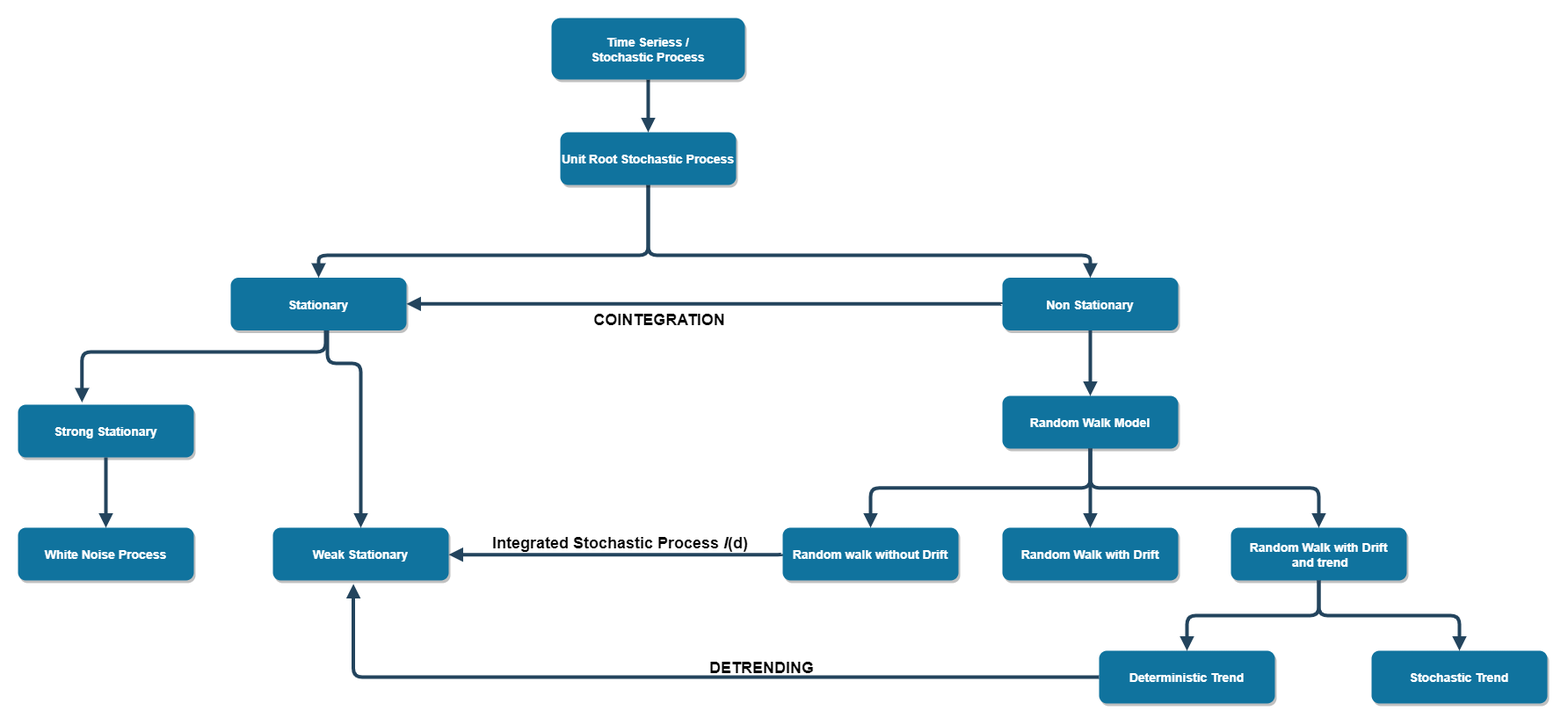
Earlier version of the draw.io export Images/Stochastic Process.png (solidate/Time-Series). Source tidied: cells renumbered, new cells last; positions are measured from the earlier drawing's top-left corner, leaving out a move shared by most shapes. Source of this version:
```xml
<mxGraphModel background="#ffffff">
  <root>
    <mxCell id="0" />
    <mxCell id="1" parent="0" />
    <mxCell id="2" value="Stationary" style="rounded=1;fillColor=#10739E;strokeColor=none;shadow=1;gradientColor=none;fontStyle=1;fontColor=#FFFFFF;fontSize=14;" parent="1" vertex="1">
      <mxGeometry x="242" y="295.5" width="200" height="60" as="geometry" />
    </mxCell>
    <mxCell id="3" style="edgeStyle=elbowEdgeStyle;elbow=vertical;strokeWidth=4;endArrow=block;endFill=1;fontStyle=1;strokeColor=#23445D;exitX=0;exitY=0.5;exitDx=0;exitDy=0;" parent="1" edge="1" source="4" target="2">
      <mxGeometry relative="1" as="geometry" />
    </mxCell>
    <mxCell id="4" value="Non Stationary" style="rounded=1;fillColor=#10739E;strokeColor=none;shadow=1;gradientColor=none;fontStyle=1;fontColor=#FFFFFF;fontSize=14;" parent="1" vertex="1">
      <mxGeometry x="1120" y="295.5" width="200" height="60" as="geometry" />
    </mxCell>
    <mxCell id="5" value="Strong Stationary" style="rounded=1;fillColor=#10739E;strokeColor=none;shadow=1;gradientColor=none;fontStyle=1;fontColor=#FFFFFF;fontSize=14;" parent="1" vertex="1">
      <mxGeometry y="440" width="200" height="60" as="geometry" />
    </mxCell>
    <mxCell id="6" value="Weak Stationary" style="rounded=1;fillColor=#10739E;strokeColor=none;shadow=1;gradientColor=none;fontStyle=1;fontColor=#FFFFFF;fontSize=14;" parent="1" vertex="1">
      <mxGeometry x="290" y="580" width="200" height="60" as="geometry" />
    </mxCell>
    <mxCell id="7" style="edgeStyle=elbowEdgeStyle;elbow=vertical;strokeWidth=4;endArrow=block;endFill=1;fontStyle=1;strokeColor=#23445D;entryX=0.5;entryY=0;entryDx=0;entryDy=0;exitX=0.5;exitY=1;exitDx=0;exitDy=0;" parent="1" edge="1" source="8" target="10">
      <mxGeometry relative="1" as="geometry" />
    </mxCell>
    <mxCell id="8" value="Random Walk Model" style="rounded=1;fillColor=#10739E;strokeColor=none;shadow=1;gradientColor=none;fontStyle=1;fontColor=#FFFFFF;fontSize=14;" parent="1" vertex="1">
      <mxGeometry x="1120" y="430" width="200" height="60" as="geometry" />
    </mxCell>
    <mxCell id="9" style="edgeStyle=elbowEdgeStyle;elbow=vertical;strokeWidth=4;endArrow=block;endFill=1;fontStyle=1;strokeColor=#23445D;exitX=0;exitY=0.5;exitDx=0;exitDy=0;" parent="1" edge="1" source="10" target="6">
      <mxGeometry relative="1" as="geometry" />
    </mxCell>
    <mxCell id="10" value="Random walk without Drift" style="rounded=1;fillColor=#10739E;strokeColor=none;shadow=1;gradientColor=none;fontStyle=1;fontColor=#FFFFFF;fontSize=14;" parent="1" vertex="1">
      <mxGeometry x="870" y="580" width="200" height="60" as="geometry" />
    </mxCell>
    <mxCell id="11" value="Random Walk with Drift&#10; and trend" style="rounded=1;fillColor=#10739E;strokeColor=none;shadow=1;gradientColor=none;fontStyle=1;fontColor=#FFFFFF;fontSize=14;" parent="1" vertex="1">
      <mxGeometry x="1380" y="580" width="200" height="60" as="geometry" />
    </mxCell>
    <mxCell id="12" style="edgeStyle=elbowEdgeStyle;elbow=vertical;strokeWidth=4;endArrow=block;endFill=1;fontStyle=1;strokeColor=#23445D;exitX=0.5;exitY=1;exitDx=0;exitDy=0;" parent="1" edge="1" source="20" target="2">
      <mxGeometry x="22" y="165.5" as="geometry">
        <Array as="points">
          <mxPoint x="700" y="270" />
        </Array>
      </mxGeometry>
    </mxCell>
    <mxCell id="13" style="edgeStyle=elbowEdgeStyle;elbow=vertical;strokeWidth=4;endArrow=block;endFill=1;fontStyle=1;strokeColor=#23445D;exitX=0.5;exitY=1;exitDx=0;exitDy=0;" parent="1" edge="1" source="20" target="4">
      <mxGeometry x="22" y="165.5" as="geometry">
        <Array as="points">
          <mxPoint x="780" y="270" />
          <mxPoint x="900" y="250" />
          <mxPoint x="840" y="193" />
        </Array>
      </mxGeometry>
    </mxCell>
    <mxCell id="14" style="edgeStyle=elbowEdgeStyle;elbow=vertical;strokeWidth=4;endArrow=block;endFill=1;fontStyle=1;strokeColor=#23445D;exitX=0.5;exitY=1;exitDx=0;exitDy=0;" parent="1" edge="1" source="15" target="20">
      <mxGeometry relative="1" as="geometry" />
    </mxCell>
    <mxCell id="15" value="Time Seriess / &#10;Stochastic Process" style="rounded=1;fillColor=#10739E;strokeColor=none;shadow=1;gradientColor=none;fontStyle=1;fontColor=#FFFFFF;fontSize=14;" parent="1" vertex="1">
      <mxGeometry x="607" width="220" height="70" as="geometry" />
    </mxCell>
    <mxCell id="16" style="edgeStyle=elbowEdgeStyle;elbow=vertical;strokeWidth=4;endArrow=block;endFill=1;fontStyle=1;strokeColor=#23445D;entryX=0.5;entryY=0;entryDx=0;entryDy=0;" parent="1" edge="1" target="6">
      <mxGeometry x="-88" y="31" as="geometry">
        <mxPoint x="352" y="355.5" as="sourcePoint" />
        <Array as="points">
          <mxPoint x="360" y="393" />
        </Array>
      </mxGeometry>
    </mxCell>
    <mxCell id="17" style="edgeStyle=elbowEdgeStyle;elbow=vertical;strokeWidth=4;endArrow=block;endFill=1;fontStyle=1;strokeColor=#23445D;entryX=0.364;entryY=-0.043;entryDx=0;entryDy=0;entryPerimeter=0;" parent="1" edge="1" target="5">
      <mxGeometry x="-90" y="31" as="geometry">
        <mxPoint x="350" y="355.5" as="sourcePoint" />
        <Array as="points">
          <mxPoint x="330" y="380" />
        </Array>
      </mxGeometry>
    </mxCell>
    <mxCell id="18" style="edgeStyle=elbowEdgeStyle;elbow=vertical;strokeWidth=4;endArrow=block;endFill=1;fontStyle=1;strokeColor=#23445D;entryX=0.5;entryY=0;entryDx=0;entryDy=0;exitX=0.5;exitY=1;exitDx=0;exitDy=0;" parent="1" edge="1" source="4" target="8">
      <mxGeometry x="70" y="61" as="geometry">
        <Array as="points">
          <mxPoint x="1180" y="390" />
          <mxPoint x="1010" y="370" />
        </Array>
      </mxGeometry>
    </mxCell>
    <mxCell id="19" style="edgeStyle=elbowEdgeStyle;elbow=vertical;strokeWidth=4;endArrow=block;endFill=1;fontStyle=1;strokeColor=#23445D;entryX=0.5;entryY=0;entryDx=0;entryDy=0;exitX=0.5;exitY=1;exitDx=0;exitDy=0;" parent="1" edge="1" source="8" target="11">
      <mxGeometry x="100" y="155.5" as="geometry" />
    </mxCell>
    <mxCell id="20" value="Unit Root Stochastic Process" style="rounded=1;fillColor=#10739E;strokeColor=none;shadow=1;gradientColor=none;fontStyle=1;fontColor=#FFFFFF;fontSize=14;" parent="1" vertex="1">
      <mxGeometry x="617" y="130" width="200" height="60" as="geometry" />
    </mxCell>
    <mxCell id="21" style="edgeStyle=elbowEdgeStyle;elbow=vertical;strokeWidth=4;endArrow=block;endFill=1;fontStyle=1;strokeColor=#23445D;exitX=0.5;exitY=1;exitDx=0;exitDy=0;entryX=0.5;entryY=0;entryDx=0;entryDy=0;" parent="1" edge="1" source="5" target="22">
      <mxGeometry x="-398.7" y="185.5" as="geometry">
        <Array as="points">
          <mxPoint x="99.3" y="570" />
        </Array>
      </mxGeometry>
    </mxCell>
    <mxCell id="22" value="White Noise Process" style="rounded=1;fillColor=#10739E;strokeColor=none;shadow=1;gradientColor=none;fontStyle=1;fontColor=#FFFFFF;fontSize=14;" parent="1" vertex="1">
      <mxGeometry y="580" width="200" height="60" as="geometry" />
    </mxCell>
    <mxCell id="23" value="&lt;font style=&quot;font-size: 18px&quot;&gt;Integrated Stochastic Process &lt;i&gt;I&lt;/i&gt;(d)&lt;/font&gt;" style="text;strokeColor=none;fillColor=none;html=1;fontSize=24;fontStyle=1;verticalAlign=middle;align=center;" parent="1" vertex="1">
      <mxGeometry x="510" y="580" width="350" height="30" as="geometry" />
    </mxCell>
    <mxCell id="24" value="&lt;b&gt;&lt;font style=&quot;font-size: 18px&quot;&gt;COINTEGRATION&lt;/font&gt;&lt;/b&gt;" style="text;html=1;strokeColor=none;fillColor=none;align=center;verticalAlign=middle;whiteSpace=wrap;rounded=0;" parent="1" vertex="1">
      <mxGeometry x="710" y="331.5" width="40" height="24" as="geometry" />
    </mxCell>
    <mxCell id="25" value="Random Walk with Drift" style="rounded=1;fillColor=#10739E;strokeColor=none;shadow=1;gradientColor=none;fontStyle=1;fontColor=#FFFFFF;fontSize=14;" parent="1" vertex="1">
      <mxGeometry x="1120" y="580" width="200" height="60" as="geometry" />
    </mxCell>
    <mxCell id="26" style="edgeStyle=elbowEdgeStyle;elbow=vertical;strokeWidth=4;endArrow=block;endFill=1;fontStyle=1;strokeColor=#23445D;exitX=0.5;exitY=1;exitDx=0;exitDy=0;entryX=0.5;entryY=0;entryDx=0;entryDy=0;" parent="1" edge="1" source="8" target="25">
      <mxGeometry relative="1" as="geometry" />
    </mxCell>
    <mxCell id="27" value="Deterministic Trend" style="rounded=1;fillColor=#10739E;strokeColor=none;shadow=1;gradientColor=none;fontStyle=1;fontColor=#FFFFFF;fontSize=14;" parent="1" vertex="1">
      <mxGeometry x="1230" y="720" width="200" height="60" as="geometry" />
    </mxCell>
    <mxCell id="28" value="Stochastic Trend" style="rounded=1;fillColor=#10739E;strokeColor=none;shadow=1;gradientColor=none;fontStyle=1;fontColor=#FFFFFF;fontSize=14;" parent="1" vertex="1">
      <mxGeometry x="1540" y="720" width="200" height="60" as="geometry" />
    </mxCell>
    <mxCell id="29" style="edgeStyle=elbowEdgeStyle;elbow=vertical;strokeWidth=4;endArrow=block;endFill=1;fontStyle=1;strokeColor=#23445D;exitX=0.5;exitY=1;exitDx=0;exitDy=0;entryX=0.5;entryY=0;entryDx=0;entryDy=0;" parent="1" edge="1" source="11" target="27">
      <mxGeometry relative="1" as="geometry" />
    </mxCell>
    <mxCell id="30" style="edgeStyle=elbowEdgeStyle;elbow=vertical;strokeWidth=4;endArrow=block;endFill=1;fontStyle=1;strokeColor=#23445D;exitX=0.5;exitY=1;exitDx=0;exitDy=0;entryX=0.5;entryY=0;entryDx=0;entryDy=0;" parent="1" edge="1" source="11" target="28">
      <mxGeometry relative="1" as="geometry" />
    </mxCell>
    <mxCell id="31" style="edgeStyle=elbowEdgeStyle;elbow=vertical;strokeWidth=4;endArrow=block;endFill=1;fontStyle=1;strokeColor=#23445D;exitX=0;exitY=0.5;exitDx=0;exitDy=0;entryX=0.458;entryY=1.067;entryDx=0;entryDy=0;entryPerimeter=0;" parent="1" edge="1" source="27" target="6">
      <mxGeometry relative="1" as="geometry">
        <Array as="points">
          <mxPoint x="1140" y="750" />
        </Array>
      </mxGeometry>
    </mxCell>
    <mxCell id="32" value="&lt;b&gt;&lt;font style=&quot;font-size: 18px&quot;&gt;DETRENDING&lt;/font&gt;&lt;/b&gt;" style="text;html=1;strokeColor=none;fillColor=none;align=center;verticalAlign=middle;whiteSpace=wrap;rounded=0;" parent="1" vertex="1">
      <mxGeometry x="790" y="720" width="113" height="40" as="geometry" />
    </mxCell>
  </root>
</mxGraphModel>
```
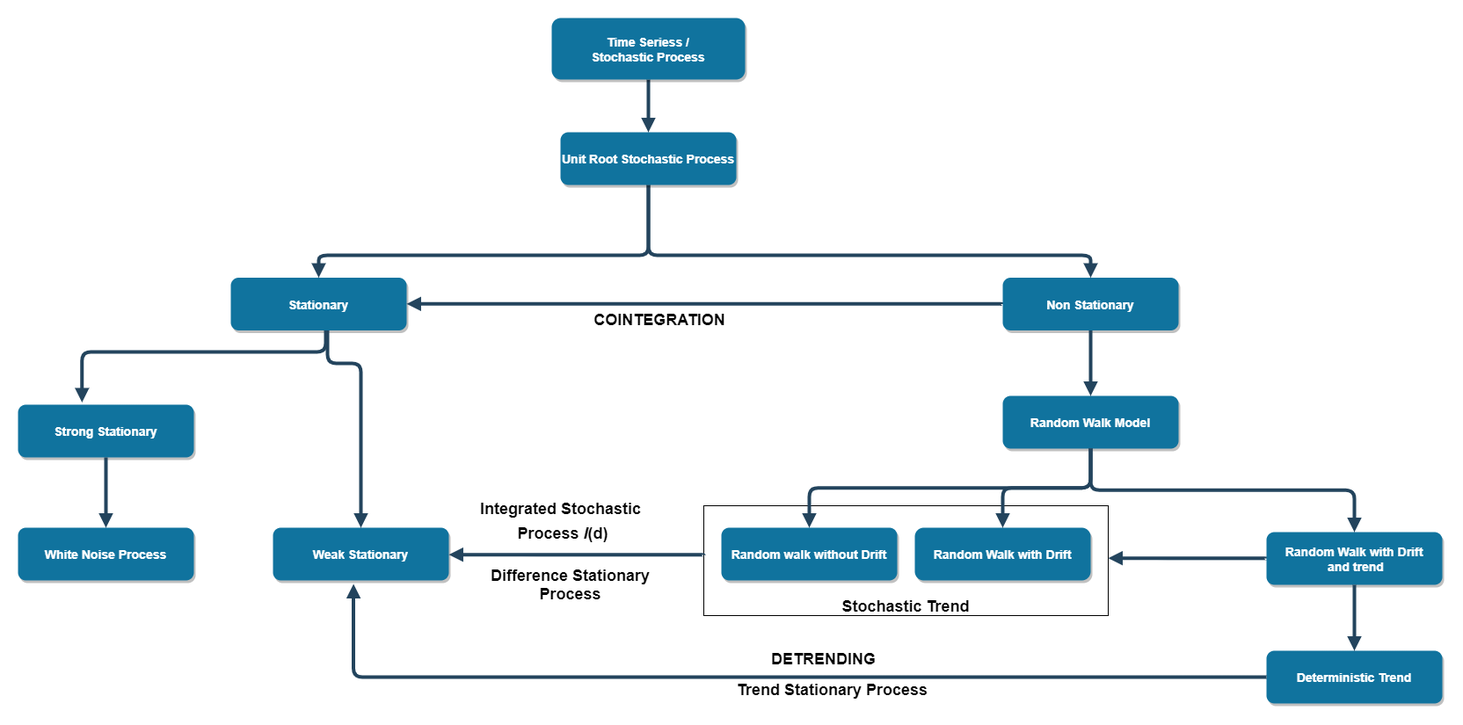
Above is the later version.

Change to the diagram source:
```diff
@@ -2,6 +2,9 @@
   <root>
     <mxCell id="0" />
     <mxCell id="1" parent="0" />
+    <mxCell id="33" style="rounded=0;whiteSpace=wrap;html=1;" parent="1" vertex="1">
+      <mxGeometry x="780" y="555" width="460" height="125" as="geometry" />
+    </mxCell>
     <mxCell id="2" value="Stationary" style="rounded=1;fillColor=#10739E;strokeColor=none;shadow=1;gradientColor=none;fontStyle=1;fontColor=#FFFFFF;fontSize=14;" parent="1" vertex="1">
       <mxGeometry x="242" y="295.5" width="200" height="60" as="geometry" />
     </mxCell>
@@ -23,14 +26,19 @@
     <mxCell id="8" value="Random Walk Model" style="rounded=1;fillColor=#10739E;strokeColor=none;shadow=1;gradientColor=none;fontStyle=1;fontColor=#FFFFFF;fontSize=14;" parent="1" vertex="1">
       <mxGeometry x="1120" y="430" width="200" height="60" as="geometry" />
     </mxCell>
-    <mxCell id="9" style="edgeStyle=elbowEdgeStyle;elbow=vertical;strokeWidth=4;endArrow=block;endFill=1;fontStyle=1;strokeColor=#23445D;exitX=0;exitY=0.5;exitDx=0;exitDy=0;" parent="1" edge="1" source="10" target="6">
-      <mxGeometry relative="1" as="geometry" />
+    <mxCell id="9" style="edgeStyle=elbowEdgeStyle;elbow=vertical;strokeWidth=4;endArrow=block;endFill=1;fontStyle=1;strokeColor=#23445D;" parent="1" edge="1" target="6">
+      <mxGeometry relative="1" as="geometry">
+        <mxPoint x="780" y="611" as="sourcePoint" />
+      </mxGeometry>
     </mxCell>
     <mxCell id="10" value="Random walk without Drift" style="rounded=1;fillColor=#10739E;strokeColor=none;shadow=1;gradientColor=none;fontStyle=1;fontColor=#FFFFFF;fontSize=14;" parent="1" vertex="1">
-      <mxGeometry x="870" y="580" width="200" height="60" as="geometry" />
+      <mxGeometry x="800" y="580" width="200" height="60" as="geometry" />
     </mxCell>
+    <mxCell id="34" style="edgeStyle=elbowEdgeStyle;elbow=vertical;strokeWidth=4;endArrow=block;endFill=1;fontStyle=1;strokeColor=#23445D;exitX=0;exitY=0.5;exitDx=0;exitDy=0;" parent="1" edge="1" source="11" target="33">
+      <mxGeometry relative="1" as="geometry" />
+    </mxCell>
     <mxCell id="11" value="Random Walk with Drift&#10; and trend" style="rounded=1;fillColor=#10739E;strokeColor=none;shadow=1;gradientColor=none;fontStyle=1;fontColor=#FFFFFF;fontSize=14;" parent="1" vertex="1">
-      <mxGeometry x="1380" y="580" width="200" height="60" as="geometry" />
+      <mxGeometry x="1420" y="585" width="200" height="60" as="geometry" />
     </mxCell>
     <mxCell id="12" style="edgeStyle=elbowEdgeStyle;elbow=vertical;strokeWidth=4;endArrow=block;endFill=1;fontStyle=1;strokeColor=#23445D;exitX=0.5;exitY=1;exitDx=0;exitDy=0;" parent="1" edge="1" source="20" target="2">
       <mxGeometry x="22" y="165.5" as="geometry">
@@ -94,30 +102,24 @@
     <mxCell id="22" value="White Noise Process" style="rounded=1;fillColor=#10739E;strokeColor=none;shadow=1;gradientColor=none;fontStyle=1;fontColor=#FFFFFF;fontSize=14;" parent="1" vertex="1">
       <mxGeometry y="580" width="200" height="60" as="geometry" />
     </mxCell>
-    <mxCell id="23" value="&lt;font style=&quot;font-size: 18px&quot;&gt;Integrated Stochastic Process &lt;i&gt;I&lt;/i&gt;(d)&lt;/font&gt;" style="text;strokeColor=none;fillColor=none;html=1;fontSize=24;fontStyle=1;verticalAlign=middle;align=center;" parent="1" vertex="1">
-      <mxGeometry x="510" y="580" width="350" height="30" as="geometry" />
+    <mxCell id="23" value="&lt;font style=&quot;font-size: 18px&quot;&gt;Integrated Stochastic&lt;br&gt;&amp;nbsp;Process &lt;i&gt;I&lt;/i&gt;(d)&lt;/font&gt;" style="text;strokeColor=none;fillColor=none;html=1;fontSize=24;fontStyle=1;verticalAlign=middle;align=center;" parent="1" vertex="1">
+      <mxGeometry x="442" y="555" width="350" height="30" as="geometry" />
     </mxCell>
     <mxCell id="24" value="&lt;b&gt;&lt;font style=&quot;font-size: 18px&quot;&gt;COINTEGRATION&lt;/font&gt;&lt;/b&gt;" style="text;html=1;strokeColor=none;fillColor=none;align=center;verticalAlign=middle;whiteSpace=wrap;rounded=0;" parent="1" vertex="1">
       <mxGeometry x="710" y="331.5" width="40" height="24" as="geometry" />
     </mxCell>
-    <mxCell id="25" value="Random Walk with Drift" style="rounded=1;fillColor=#10739E;strokeColor=none;shadow=1;gradientColor=none;fontStyle=1;fontColor=#FFFFFF;fontSize=14;" parent="1" vertex="1">
-      <mxGeometry x="1120" y="580" width="200" height="60" as="geometry" />
+    <mxCell id="25" value="Random Walk with Drift" style="rounded=1;fillColor=#10739E;strokeColor=none;shadow=1;gradientColor=none;fontStyle=1;fontColor=#FFFFFF;fontSize=14;arcSize=17;" parent="1" vertex="1">
+      <mxGeometry x="1020" y="580" width="200" height="60" as="geometry" />
     </mxCell>
     <mxCell id="26" style="edgeStyle=elbowEdgeStyle;elbow=vertical;strokeWidth=4;endArrow=block;endFill=1;fontStyle=1;strokeColor=#23445D;exitX=0.5;exitY=1;exitDx=0;exitDy=0;entryX=0.5;entryY=0;entryDx=0;entryDy=0;" parent="1" edge="1" source="8" target="25">
       <mxGeometry relative="1" as="geometry" />
     </mxCell>
     <mxCell id="27" value="Deterministic Trend" style="rounded=1;fillColor=#10739E;strokeColor=none;shadow=1;gradientColor=none;fontStyle=1;fontColor=#FFFFFF;fontSize=14;" parent="1" vertex="1">
-      <mxGeometry x="1230" y="720" width="200" height="60" as="geometry" />
+      <mxGeometry x="1420" y="720" width="200" height="60" as="geometry" />
     </mxCell>
-    <mxCell id="28" value="Stochastic Trend" style="rounded=1;fillColor=#10739E;strokeColor=none;shadow=1;gradientColor=none;fontStyle=1;fontColor=#FFFFFF;fontSize=14;" parent="1" vertex="1">
-      <mxGeometry x="1540" y="720" width="200" height="60" as="geometry" />
-    </mxCell>
     <mxCell id="29" style="edgeStyle=elbowEdgeStyle;elbow=vertical;strokeWidth=4;endArrow=block;endFill=1;fontStyle=1;strokeColor=#23445D;exitX=0.5;exitY=1;exitDx=0;exitDy=0;entryX=0.5;entryY=0;entryDx=0;entryDy=0;" parent="1" edge="1" source="11" target="27">
       <mxGeometry relative="1" as="geometry" />
     </mxCell>
-    <mxCell id="30" style="edgeStyle=elbowEdgeStyle;elbow=vertical;strokeWidth=4;endArrow=block;endFill=1;fontStyle=1;strokeColor=#23445D;exitX=0.5;exitY=1;exitDx=0;exitDy=0;entryX=0.5;entryY=0;entryDx=0;entryDy=0;" parent="1" edge="1" source="11" target="28">
-      <mxGeometry relative="1" as="geometry" />
-    </mxCell>
     <mxCell id="31" style="edgeStyle=elbowEdgeStyle;elbow=vertical;strokeWidth=4;endArrow=block;endFill=1;fontStyle=1;strokeColor=#23445D;exitX=0;exitY=0.5;exitDx=0;exitDy=0;entryX=0.458;entryY=1.067;entryDx=0;entryDy=0;entryPerimeter=0;" parent="1" edge="1" source="27" target="6">
       <mxGeometry relative="1" as="geometry">
         <Array as="points">
@@ -126,7 +128,16 @@
       </mxGeometry>
     </mxCell>
     <mxCell id="32" value="&lt;b&gt;&lt;font style=&quot;font-size: 18px&quot;&gt;DETRENDING&lt;/font&gt;&lt;/b&gt;" style="text;html=1;strokeColor=none;fillColor=none;align=center;verticalAlign=middle;whiteSpace=wrap;rounded=0;" parent="1" vertex="1">
-      <mxGeometry x="790" y="720" width="113" height="40" as="geometry" />
+      <mxGeometry x="860" y="710" width="113" height="40" as="geometry" />
     </mxCell>
+    <mxCell id="35" value="&lt;font style=&quot;font-size: 18px&quot;&gt;&lt;b&gt;Difference Stationary&lt;br&gt;Process&lt;/b&gt;&lt;/font&gt;" style="text;html=1;strokeColor=none;fillColor=none;align=center;verticalAlign=middle;whiteSpace=wrap;rounded=0;" parent="1" vertex="1">
+      <mxGeometry x="507" y="610" width="243" height="70" as="geometry" />
+    </mxCell>
+    <mxCell id="28" value="&lt;font style=&quot;font-size: 18px&quot;&gt;&lt;b&gt;Stochastic Trend&lt;/b&gt;&lt;/font&gt;" style="text;html=1;strokeColor=none;fillColor=none;align=center;verticalAlign=middle;whiteSpace=wrap;rounded=0;" parent="1" vertex="1">
+      <mxGeometry x="920" y="660" width="180" height="20" as="geometry" />
+    </mxCell>
+    <mxCell id="36" value="&lt;font style=&quot;font-size: 18px&quot;&gt;&lt;b&gt;Trend Stationary Process&lt;/b&gt;&lt;/font&gt;" style="text;html=1;strokeColor=none;fillColor=none;align=center;verticalAlign=middle;whiteSpace=wrap;rounded=0;" parent="1" vertex="1">
+      <mxGeometry x="800" y="750" width="253" height="30" as="geometry" />
+    </mxCell>
   </root>
 </mxGraphModel>
```
